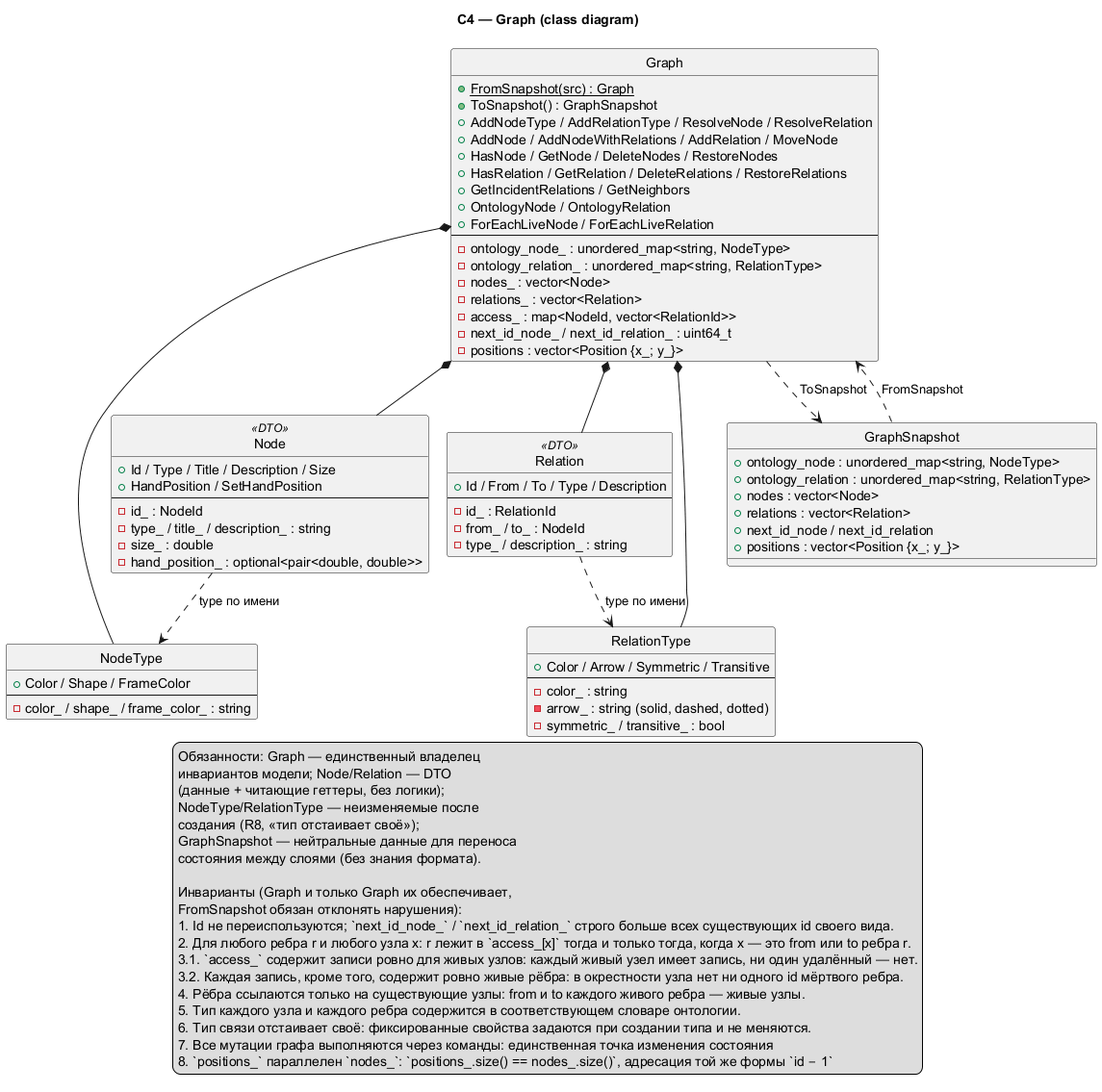
The PlantUML diagram docs/assets/c4/C4.png in Anastas2817/ravel-kb, before a commit.
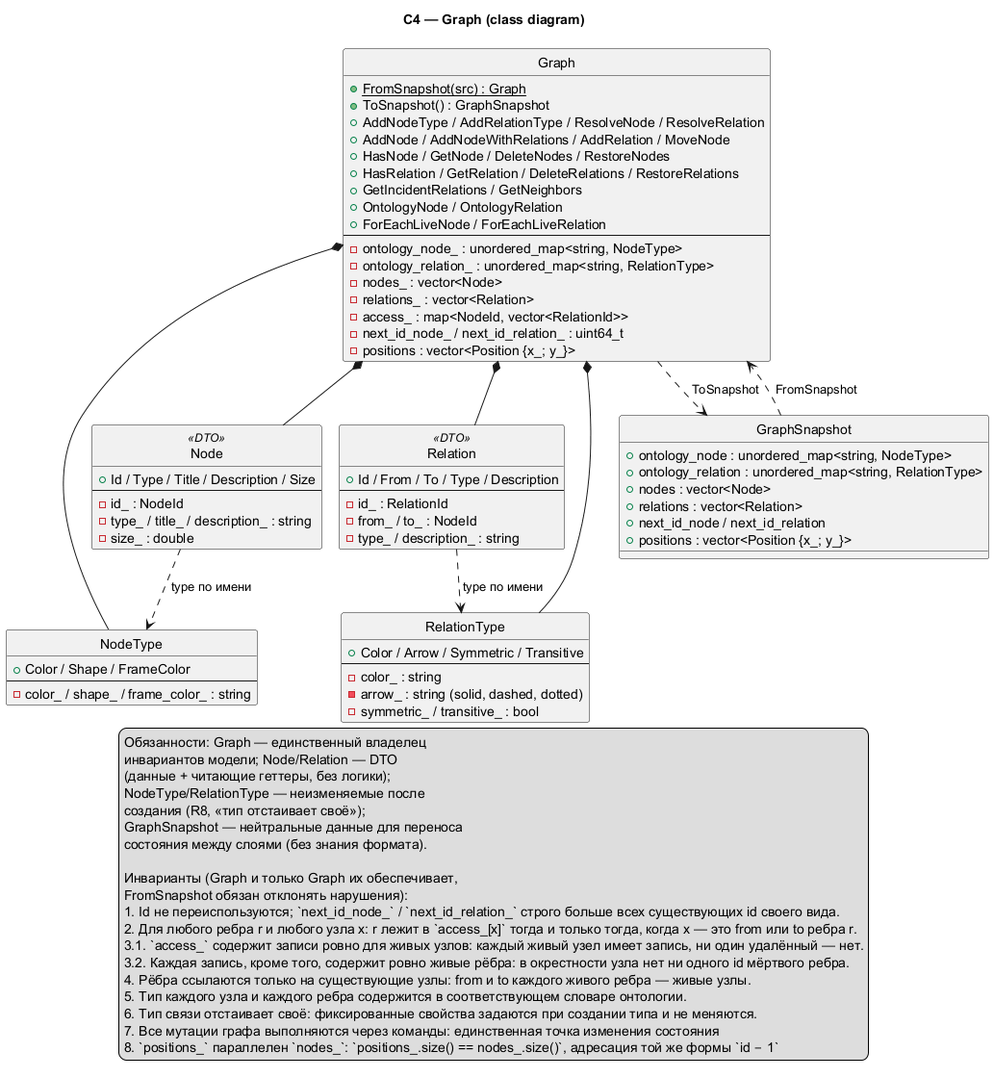
After the change.

What changed in the source:
```diff
@@ -29,12 +29,10 @@
 
 class Node <<DTO>> {
   +Id / Type / Title / Description / Size
-  +HandPosition / SetHandPosition
   --
   -id_ : NodeId
   -type_ / title_ / description_ : string
   -size_ : double
-  -hand_position_ : optional<pair<double, double>>
 }
 
 class Relation <<DTO>> {
```
